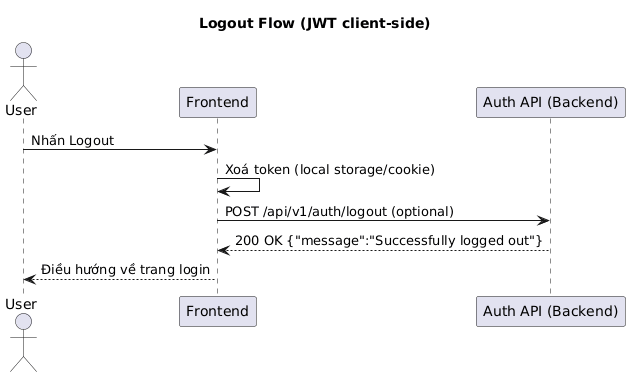
Earlier version of the PlantUML export Documentation/SequencesDiagram/Auth/logout.png (duongnguyen291/StudySpace). The source it was exported from:
```plantuml
@startuml
title Logout Flow (JWT client-side)
actor User
participant Frontend
participant "Auth API (Backend)" as AuthAPI

User -> Frontend: Nhấn Logout
Frontend -> Frontend: Xoá token (local storage/cookie)
Frontend -> AuthAPI: POST /api/v1/auth/logout (optional)
AuthAPI --> Frontend: 200 OK {"message":"Successfully logged out"}
Frontend --> User: Điều hướng về trang login
@enduml
```
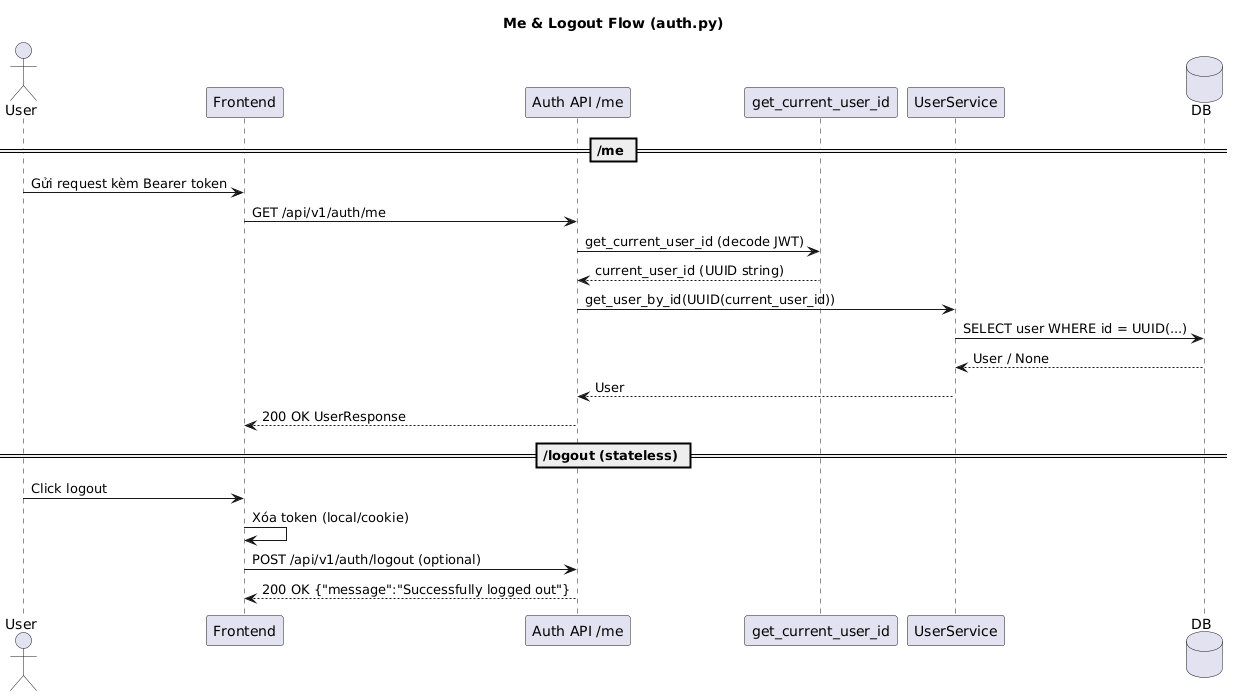
The same diagram one commit later.

Commit message:
docs(auth): add sq of authencation feature

What changed in the source:
```diff
@@ -1,12 +1,27 @@
 @startuml
-title Logout Flow (JWT client-side)
+title Me & Logout Flow (auth.py)
+
 actor User
 participant Frontend
-participant "Auth API (Backend)" as AuthAPI
+participant "Auth API /me" as AuthAPI
+participant "get_current_user_id" as DepJWT
+participant "UserService" as UserService
+database DB
 
-User -> Frontend: Nhấn Logout
-Frontend -> Frontend: Xoá token (local storage/cookie)
+== /me ==
+User -> Frontend: Gửi request kèm Bearer token
+Frontend -> AuthAPI: GET /api/v1/auth/me
+AuthAPI -> DepJWT: get_current_user_id (decode JWT)
+DepJWT --> AuthAPI: current_user_id (UUID string)
+AuthAPI -> UserService: get_user_by_id(UUID(current_user_id))
+UserService -> DB: SELECT user WHERE id = UUID(...)
+DB --> UserService: User / None
+UserService --> AuthAPI: User
+AuthAPI --> Frontend: 200 OK UserResponse
+
+== /logout (stateless) ==
+User -> Frontend: Click logout
+Frontend -> Frontend: Xóa token (local/cookie)
 Frontend -> AuthAPI: POST /api/v1/auth/logout (optional)
 AuthAPI --> Frontend: 200 OK {"message":"Successfully logged out"}
-Frontend --> User: Điều hướng về trang login
 @enduml
```
